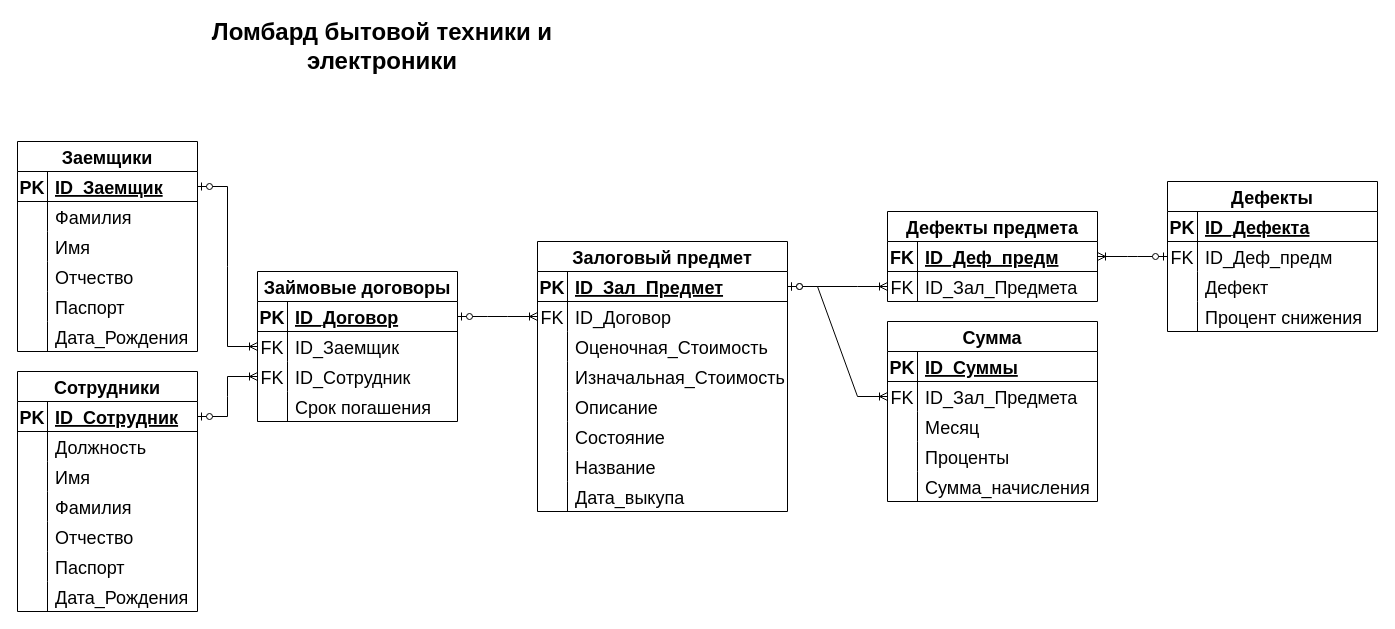
This is Диаграмма без названия.drawio from 1DeMeNToR1/RocketModUpdater_32, a draw.io file, before an edit. Source tidied: cells renumbered, new cells numbered last; positions are measured from the earlier drawing's top-left corner, leaving out a move shared by most shapes. Both pictures are drawn from the tidied source at 100%, with x=0, y=0 at pixel (17, 31).
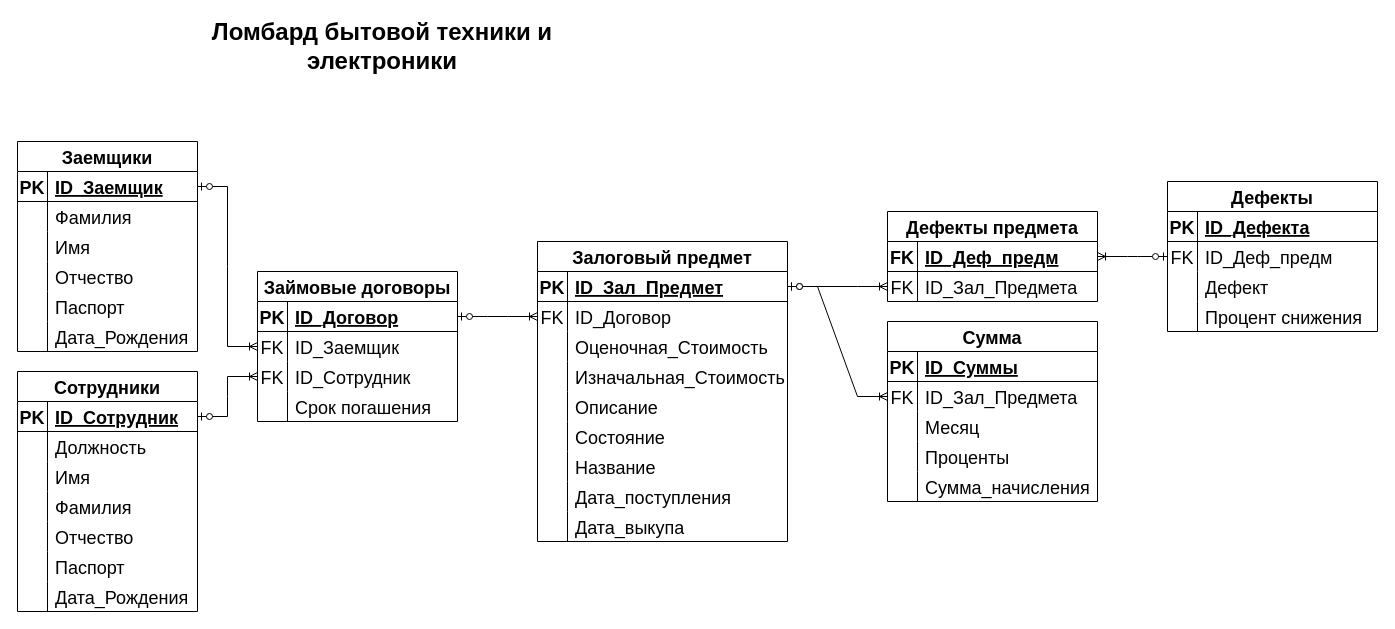
The same diagram, later.

Unchanged cells that the change refers to:
```xml
<mxCell id="79" style="shape=tableRow;horizontal=0;startSize=0;swimlaneHead=0;swimlaneBody=0;fillColor=none;top=0;left=0;right=0;bottom=0;fontSize=18;" parent="57" vertex="1">
  <mxGeometry y="240" width="250" height="30" as="geometry" />
</mxCell>
```

Change to the diagram source:
```diff
@@
     <mxCell id="57" value="Залоговый предмет" style="shape=table;startSize=30;childLayout=tableLayout;rowLines=0;fontStyle=1;align=center;fontSize=18;" parent="1" vertex="1">
-      <mxGeometry x="520" y="210" width="250" height="270" as="geometry" />
+      <mxGeometry x="520" y="210" width="250" height="300" as="geometry" />
     </mxCell>
@@
-    <mxCell id="81" value="Дата_выкупа" style="shape=partialRectangle;fillColor=none;top=0;left=0;bottom=0;right=0;align=left;spacingLeft=6;overflow=hidden;fontSize=18;" parent="79" vertex="1">
+    <mxCell id="81" value="Дата_поступления" style="shape=partialRectangle;fillColor=none;top=0;left=0;bottom=0;right=0;align=left;spacingLeft=6;overflow=hidden;fontSize=18;" parent="79" vertex="1">
       <mxGeometry x="30" width="220" height="30" as="geometry" />
     </mxCell>
+    <mxCell id="124" style="shape=tableRow;horizontal=0;startSize=0;swimlaneHead=0;swimlaneBody=0;fillColor=none;top=0;left=0;right=0;bottom=0;fontSize=18;" parent="57" vertex="1">
+      <mxGeometry y="270" width="250" height="30" as="geometry" />
+    </mxCell>
+    <mxCell id="125" style="shape=partialRectangle;fillColor=none;top=0;left=0;bottom=0;right=0;overflow=hidden;fontSize=18;" parent="124" vertex="1">
+      <mxGeometry width="30" height="30" as="geometry" />
+    </mxCell>
+    <mxCell id="126" value="Дата_выкупа" style="shape=partialRectangle;fillColor=none;top=0;left=0;bottom=0;right=0;align=left;spacingLeft=6;overflow=hidden;fontSize=18;" parent="124" vertex="1">
+      <mxGeometry x="30" width="220" height="30" as="geometry" />
+    </mxCell>
```
